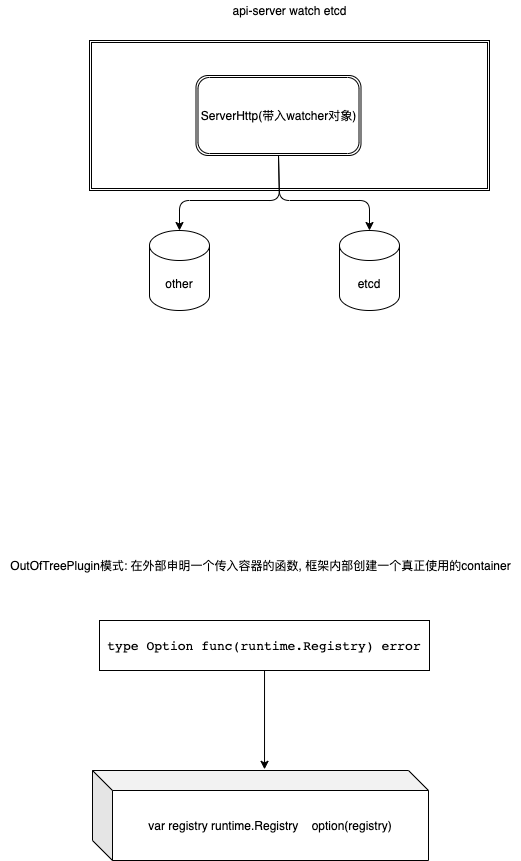
The draw.io diagram cmd/docs/kubernetes/api-server-watch.png in mojo-zd/golang-shred, before a commit. Source tidied: cells renumbered, new cells last; positions are measured from the earlier drawing's top-left corner, leaving out a move shared by most shapes. The source it was exported from:
```xml
<mxGraphModel>
  <root>
    <mxCell id="0" />
    <mxCell id="1" parent="0" />
    <mxCell id="2" value="etcd" style="shape=cylinder3;whiteSpace=wrap;html=1;boundedLbl=1;backgroundOutline=1;size=15;" parent="1" vertex="1">
      <mxGeometry x="339" y="230" width="60" height="80" as="geometry" />
    </mxCell>
    <mxCell id="3" style="shape=ext;double=1;rounded=0;whiteSpace=wrap;html=1;" parent="1" vertex="1">
      <mxGeometry x="89" y="40" width="400" height="150" as="geometry" />
    </mxCell>
    <mxCell id="4" value="ServerHttp(带入watcher对象)" style="shape=ext;double=1;rounded=1;whiteSpace=wrap;html=1;" parent="1" vertex="1">
      <mxGeometry x="195.5" y="75" width="165" height="80" as="geometry" />
    </mxCell>
    <mxCell id="5" value="other" style="shape=cylinder3;whiteSpace=wrap;html=1;boundedLbl=1;backgroundOutline=1;size=15;" parent="1" vertex="1">
      <mxGeometry x="149" y="230" width="60" height="80" as="geometry" />
    </mxCell>
    <mxCell id="6" style="endArrow=classic;html=1;entryX=0.5;entryY=0;entryDx=0;entryDy=0;entryPerimeter=0;exitX=0.5;exitY=1;exitDx=0;exitDy=0;" parent="1" edge="1" source="4" target="5">
      <mxGeometry relative="1" as="geometry">
        <Array as="points">
          <mxPoint x="279" y="200" />
          <mxPoint x="179" y="200" />
        </Array>
      </mxGeometry>
    </mxCell>
    <mxCell id="7" style="endArrow=classic;html=1;entryX=0.5;entryY=0;entryDx=0;entryDy=0;entryPerimeter=0;exitX=0.5;exitY=1;exitDx=0;exitDy=0;" parent="1" edge="1" source="4" target="2">
      <mxGeometry relative="1" as="geometry">
        <Array as="points">
          <mxPoint x="279" y="200" />
          <mxPoint x="369" y="200" />
        </Array>
      </mxGeometry>
    </mxCell>
    <mxCell id="8" value="api-server watch etcd" style="text;html=1;align=center;verticalAlign=middle;strokeColor=none;fillColor=none;" parent="1" vertex="1">
      <mxGeometry x="224" width="130" height="20" as="geometry" />
    </mxCell>
    <mxCell id="9" value="var registry runtime.Registry&amp;nbsp; &amp;nbsp; option(registry)" style="shape=cube;whiteSpace=wrap;html=1;boundedLbl=1;backgroundOutline=1;darkOpacity=0.05;darkOpacity2=0.1;" parent="1" vertex="1">
      <mxGeometry x="92" y="770" width="336" height="90" as="geometry" />
    </mxCell>
    <mxCell id="10" value="OutOfTreePlugin模式: 在外部申明一个传入容器的函数, 框架内部创建一个真正使用的container" style="text;html=1;align=center;verticalAlign=middle;strokeColor=none;fillColor=none;" parent="1" vertex="1">
      <mxGeometry y="555" width="520" height="20" as="geometry" />
    </mxCell>
    <mxCell id="11" style="edgeStyle=orthogonalEdgeStyle;rounded=0;jettySize=auto;html=1;entryX=0.512;entryY=-0.013;entryDx=0;entryDy=0;entryPerimeter=0;" parent="1" edge="1" source="12" target="9">
      <mxGeometry relative="1" as="geometry" />
    </mxCell>
    <mxCell id="12" value="&lt;pre style=&quot;font-family: &amp;quot;jetbrains mono&amp;quot; , monospace ; font-size: 9.8pt&quot;&gt;&lt;font style=&quot;&quot;&gt;type Option func(runtime.Registry) error&lt;/font&gt;&lt;/pre&gt;" style="rounded=0;whiteSpace=wrap;html=1;strokeColor=default;fontColor=default;labelBackgroundColor=default;" parent="1" vertex="1">
      <mxGeometry x="99" y="620" width="330" height="50" as="geometry" />
    </mxCell>
  </root>
</mxGraphModel>
```
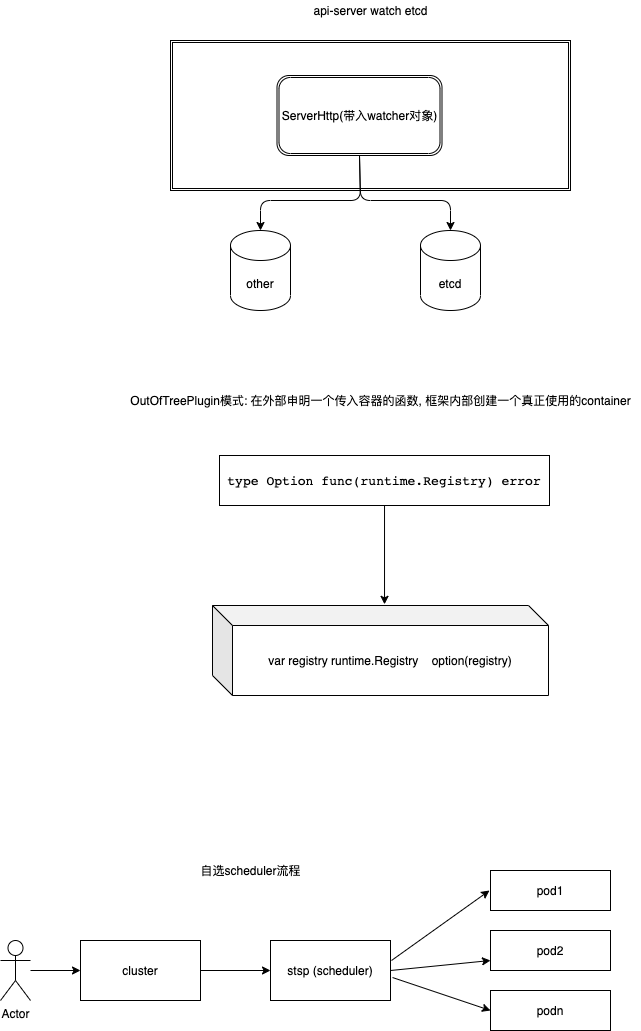
After the change.

What changed in the source:
```diff
@@ -34,16 +34,57 @@
       <mxGeometry x="224" width="130" height="20" as="geometry" />
     </mxCell>
     <mxCell id="9" value="var registry runtime.Registry&amp;nbsp; &amp;nbsp; option(registry)" style="shape=cube;whiteSpace=wrap;html=1;boundedLbl=1;backgroundOutline=1;darkOpacity=0.05;darkOpacity2=0.1;" parent="1" vertex="1">
-      <mxGeometry x="92" y="770" width="336" height="90" as="geometry" />
+      <mxGeometry x="131" y="605" width="336" height="90" as="geometry" />
     </mxCell>
     <mxCell id="10" value="OutOfTreePlugin模式: 在外部申明一个传入容器的函数, 框架内部创建一个真正使用的container" style="text;html=1;align=center;verticalAlign=middle;strokeColor=none;fillColor=none;" parent="1" vertex="1">
-      <mxGeometry y="555" width="520" height="20" as="geometry" />
+      <mxGeometry x="39" y="390" width="520" height="20" as="geometry" />
     </mxCell>
     <mxCell id="11" style="edgeStyle=orthogonalEdgeStyle;rounded=0;jettySize=auto;html=1;entryX=0.512;entryY=-0.013;entryDx=0;entryDy=0;entryPerimeter=0;" parent="1" edge="1" source="12" target="9">
       <mxGeometry relative="1" as="geometry" />
     </mxCell>
     <mxCell id="12" value="&lt;pre style=&quot;font-family: &amp;quot;jetbrains mono&amp;quot; , monospace ; font-size: 9.8pt&quot;&gt;&lt;font style=&quot;&quot;&gt;type Option func(runtime.Registry) error&lt;/font&gt;&lt;/pre&gt;" style="rounded=0;whiteSpace=wrap;html=1;strokeColor=default;fontColor=default;labelBackgroundColor=default;" parent="1" vertex="1">
-      <mxGeometry x="99" y="620" width="330" height="50" as="geometry" />
+      <mxGeometry x="138" y="455" width="330" height="50" as="geometry" />
     </mxCell>
+    <mxCell id="13" style="edgeStyle=orthogonalEdgeStyle;rounded=0;jettySize=auto;html=1;fontColor=default;" parent="1" edge="1" source="14" target="16">
+      <mxGeometry relative="1" as="geometry" />
+    </mxCell>
+    <mxCell id="14" value="Actor" style="shape=umlActor;verticalLabelPosition=bottom;verticalAlign=top;html=1;outlineConnect=0;labelBackgroundColor=default;fontColor=default;strokeColor=default;" parent="1" vertex="1">
+      <mxGeometry x="-81" y="940" width="30" height="60" as="geometry" />
+    </mxCell>
+    <mxCell id="15" style="edgeStyle=orthogonalEdgeStyle;rounded=0;jettySize=auto;html=1;fontColor=default;" parent="1" edge="1" source="16" target="17">
+      <mxGeometry relative="1" as="geometry" />
+    </mxCell>
+    <mxCell id="16" value="cluster" style="rounded=0;whiteSpace=wrap;html=1;labelBackgroundColor=default;fontColor=default;strokeColor=default;" parent="1" vertex="1">
+      <mxGeometry x="-1" y="940" width="120" height="60" as="geometry" />
+    </mxCell>
+    <mxCell id="17" value="stsp (scheduler)" style="rounded=0;whiteSpace=wrap;html=1;labelBackgroundColor=default;fontColor=default;strokeColor=default;" parent="1" vertex="1">
+      <mxGeometry x="189" y="940" width="120" height="60" as="geometry" />
+    </mxCell>
+    <mxCell id="18" value="pod1" style="rounded=0;whiteSpace=wrap;html=1;labelBackgroundColor=default;fontColor=default;strokeColor=default;" parent="1" vertex="1">
+      <mxGeometry x="409" y="870" width="120" height="40" as="geometry" />
+    </mxCell>
+    <mxCell id="19" value="pod2" style="rounded=0;whiteSpace=wrap;html=1;labelBackgroundColor=default;fontColor=default;strokeColor=default;" parent="1" vertex="1">
+      <mxGeometry x="409" y="930" width="120" height="40" as="geometry" />
+    </mxCell>
+    <mxCell id="20" value="podn" style="rounded=0;whiteSpace=wrap;html=1;labelBackgroundColor=default;fontColor=default;strokeColor=default;" parent="1" vertex="1">
+      <mxGeometry x="409" y="990" width="120" height="40" as="geometry" />
+    </mxCell>
+    <mxCell id="21" style="endArrow=classic;html=1;fontColor=default;entryX=0;entryY=0.5;entryDx=0;entryDy=0;" parent="1" edge="1">
+      <mxGeometry relative="1" as="geometry">
+        <mxPoint x="310" y="960" as="sourcePoint" />
+        <mxPoint x="408" y="890" as="targetPoint" />
+      </mxGeometry>
+    </mxCell>
+    <mxCell id="22" style="endArrow=classic;html=1;fontColor=default;entryX=0;entryY=0.5;entryDx=0;entryDy=0;exitX=1.017;exitY=0.617;exitDx=0;exitDy=0;exitPerimeter=0;" parent="1" edge="1" source="17" target="20">
+      <mxGeometry relative="1" as="geometry" />
+    </mxCell>
+    <mxCell id="23" style="endArrow=classic;html=1;fontColor=default;entryX=0;entryY=0.75;entryDx=0;entryDy=0;" parent="1" edge="1" target="19">
+      <mxGeometry relative="1" as="geometry">
+        <mxPoint x="309" y="970" as="sourcePoint" />
+      </mxGeometry>
+    </mxCell>
+    <mxCell id="24" value="自选scheduler流程" style="text;html=1;align=center;verticalAlign=middle;strokeColor=none;fillColor=none;fontColor=default;" parent="1" vertex="1">
+      <mxGeometry x="109" y="860" width="120" height="20" as="geometry" />
+    </mxCell>
   </root>
 </mxGraphModel>
```
